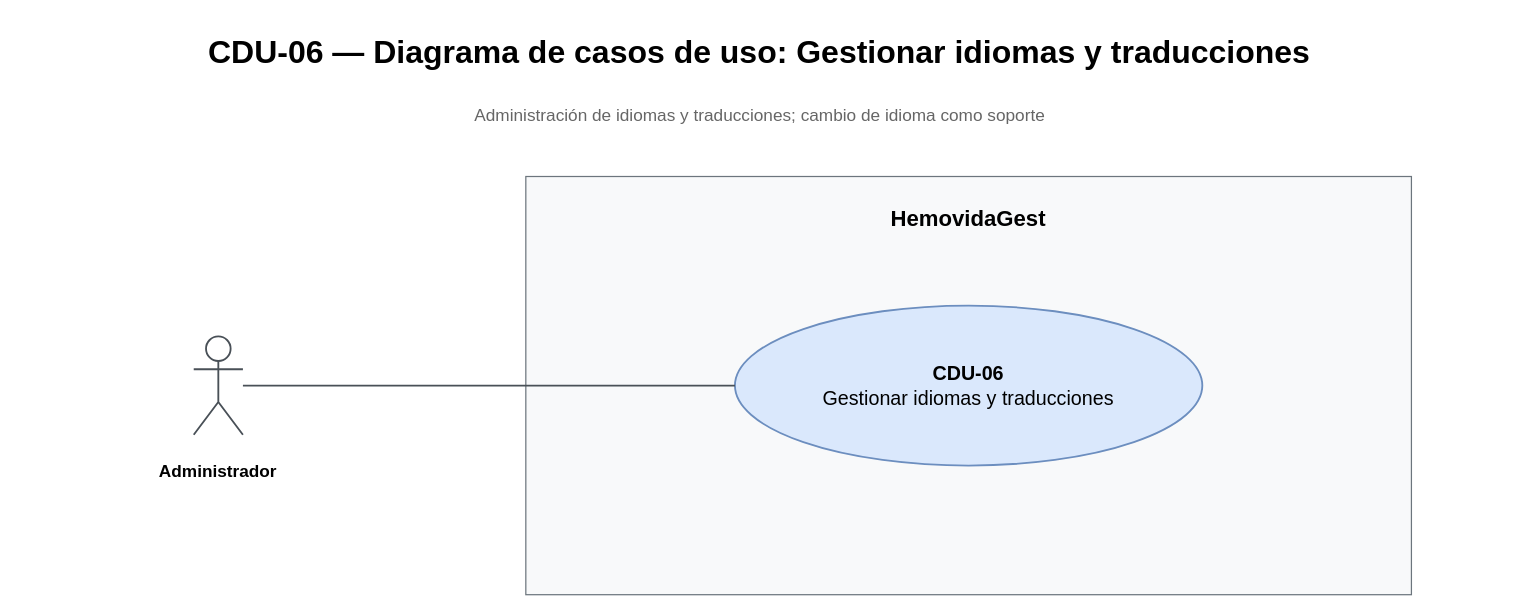
This is Diagramas/Casos de Uso/T05 - CDU-06 - Gestión de idiomas y traducciones - Casos de uso.drawio from juanNH/Ingenieria-de-Software, a draw.io file, before an edit. Source tidied: cells renumbered, new cells numbered last; positions are measured from the earlier drawing's top-left corner, leaving out a move shared by most shapes. Both pictures are drawn from the tidied source at 123%, with x=0, y=0 at pixel (21, 21).
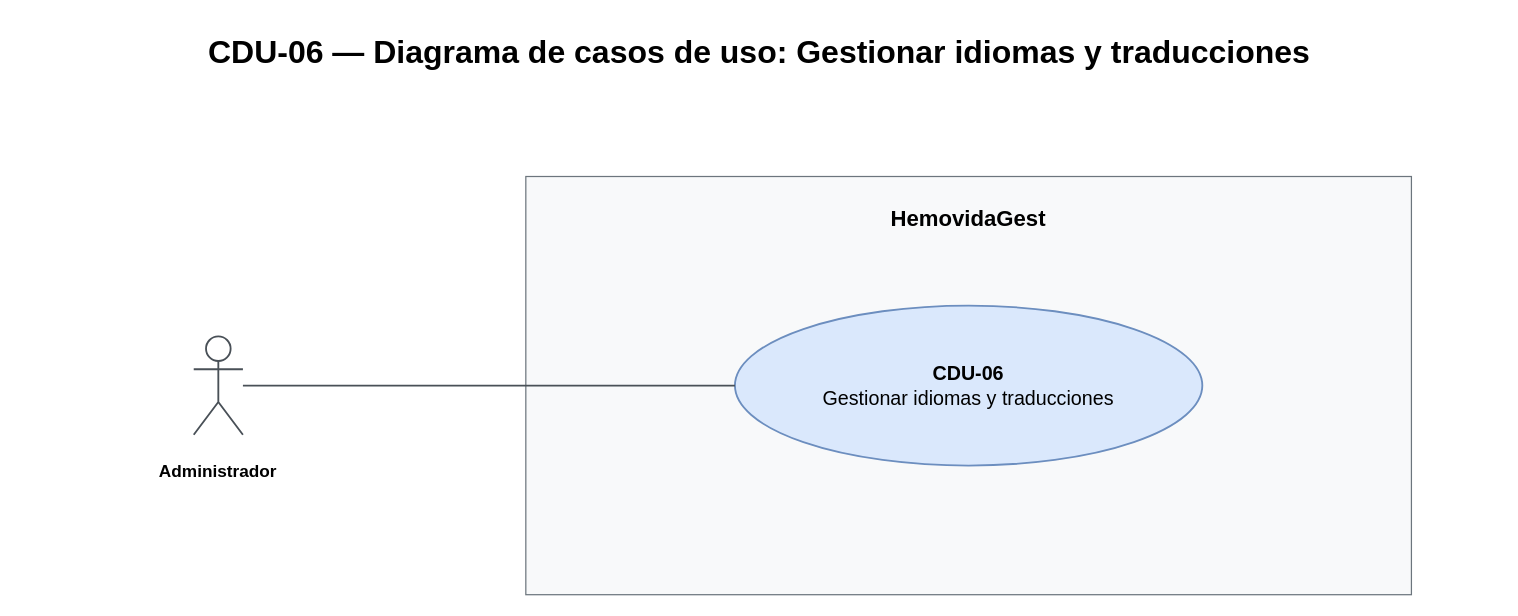
The same page after the edit.

Diff of the diagram source:
```diff
@@
 <mxGraphModel>
   <root>
     <mxCell id="0" />
     <mxCell id="1" parent="0" />
     <mxCell id="2" value="&lt;b&gt;HemovidaGest&lt;/b&gt;" style="rounded=0;whiteSpace=wrap;html=1;fillColor=#f8f9fa;strokeColor=#6c757d;verticalAlign=top;spacingTop=18;fontSize=18;fontFamily=Arial;" parent="1" vertex="1">
       <mxGeometry x="410" y="126" width="720" height="340" as="geometry" />
     </mxCell>
     <mxCell id="3" value="CDU-06 — Diagrama de casos de uso: Gestionar idiomas y traducciones" style="text;html=1;whiteSpace=wrap;strokeColor=none;fillColor=none;fontFamily=Arial;fontSize=26;fontStyle=1;align=center;verticalAlign=middle;" parent="1" vertex="1">
       <mxGeometry width="1200" height="50" as="geometry" />
     </mxCell>
-    <mxCell id="4" value="Administración de idiomas y traducciones; cambio de idioma como soporte" style="text;html=1;strokeColor=none;fillColor=none;fontSize=14;align=center;verticalAlign=middle;fontColor=#666666;fontFamily=Arial;" parent="1" vertex="1">
-      <mxGeometry x="40" y="60" width="1120" height="32" as="geometry" />
-    </mxCell>
     <mxCell id="5" value="&lt;b&gt;CDU-06&lt;/b&gt;&lt;br&gt;Gestionar idiomas y traducciones" style="ellipse;whiteSpace=wrap;html=1;fillColor=#dae8fc;strokeColor=#6c8ebf;strokeWidth=1.5;fontSize=16;fontFamily=Arial;align=center;verticalAlign=middle;" parent="1" vertex="1">
       <mxGeometry x="580" y="231" width="380" height="130" as="geometry" />
     </mxCell>
     <mxCell id="6" style="shape=umlActor;html=1;fillColor=#ffffff;strokeColor=#495057;strokeWidth=1.5;" parent="1" vertex="1">
       <mxGeometry x="140" y="256" width="40" height="80" as="geometry" />
     </mxCell>
     <mxCell id="7" value="&lt;b&gt;Administrador&lt;/b&gt;" style="text;html=1;strokeColor=none;fillColor=none;fontSize=14;fontFamily=Arial;align=center;verticalAlign=top;whiteSpace=wrap;" parent="1" vertex="1">
       <mxGeometry x="20" y="351" width="280" height="66" as="geometry" />
     </mxCell>
     <mxCell id="8" style="rounded=0;html=1;endArrow=none;startArrow=none;strokeColor=#495057;strokeWidth=1.5;exitX=1;exitY=0.5;entryX=0;entryY=0.5;" parent="1" edge="1" source="6" target="5">
       <mxGeometry relative="1" as="geometry" />
     </mxCell>
   </root>
 </mxGraphModel>
```
